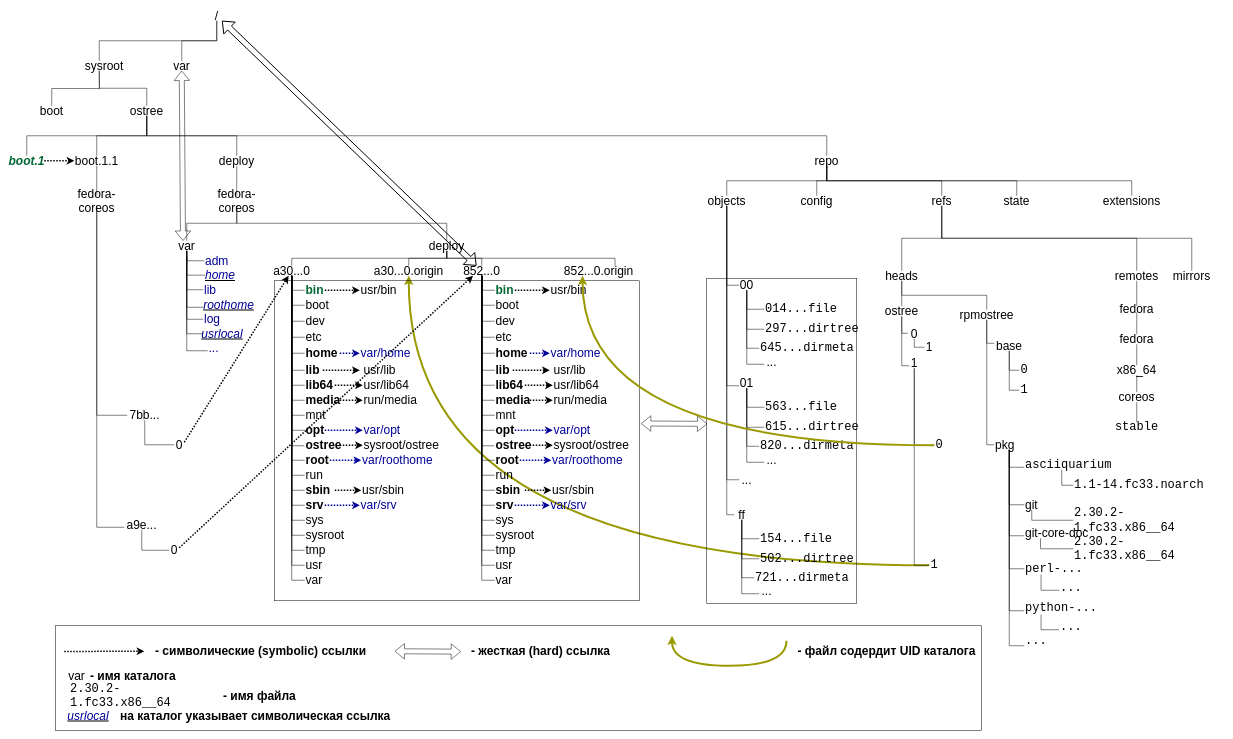
The draw.io diagram Images/rootTree.drawio in kafnevod/ALT-CoreOs, before the edit. Source tidied: cells renumbered, new cells numbered last; positions are measured from the earlier drawing's top-left corner, leaving out a move shared by most shapes. Both pictures are drawn from the tidied source at 50%, with x=0, y=0 at pixel (9, 10).
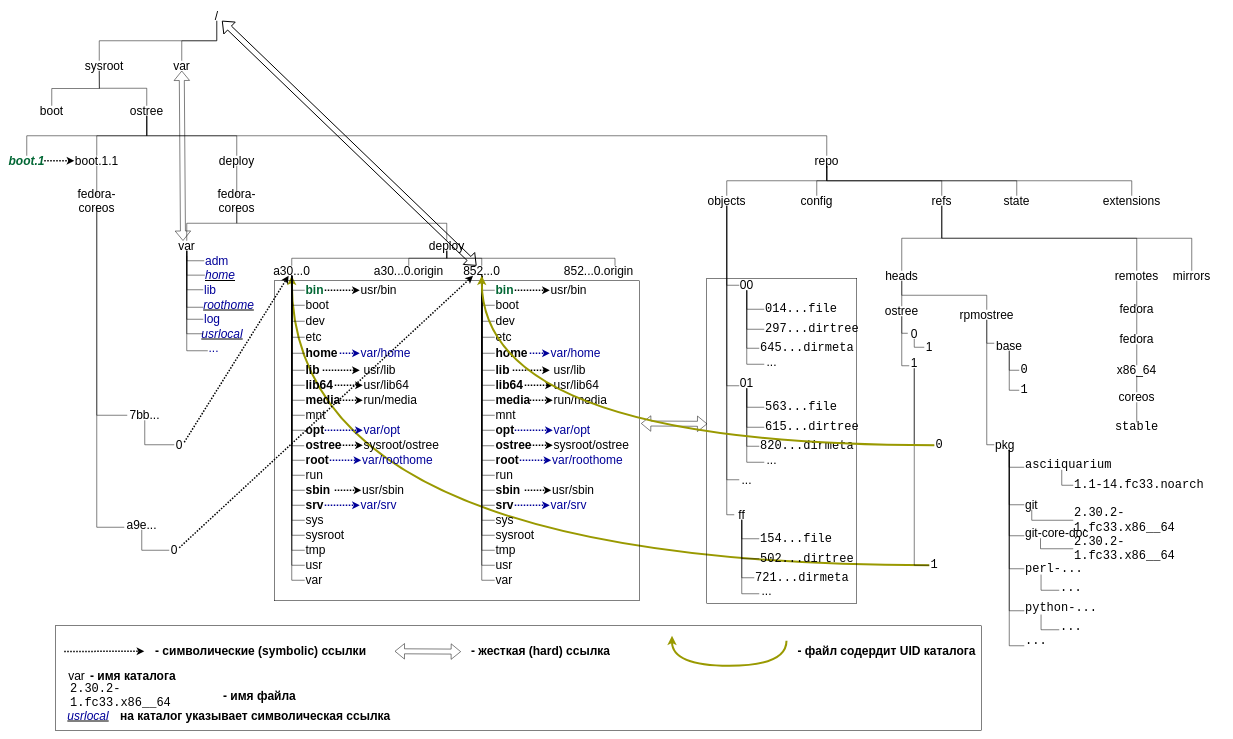
After the change.

Unchanged cells that the change refers to:
```xml
<mxCell id="47" value="&lt;font style=&quot;font-size: 24px&quot;&gt;a30...0&lt;/font&gt;" style="text;html=1;strokeColor=none;fillColor=none;align=center;verticalAlign=middle;whiteSpace=wrap;rounded=0;" parent="1" vertex="1">
  <mxGeometry x="530" y="510" width="70" height="20" as="geometry" />
</mxCell>
<mxCell id="48" value="&lt;font style=&quot;font-size: 24px&quot;&gt;a30...0.origin&lt;/font&gt;" style="text;html=1;strokeColor=none;fillColor=none;align=center;verticalAlign=middle;whiteSpace=wrap;rounded=0;" parent="1" vertex="1">
  <mxGeometry x="734" y="510" width="130" height="20" as="geometry" />
</mxCell>
<mxCell id="112" value="&lt;font style=&quot;font-size: 24px&quot;&gt;852...0&lt;/font&gt;" style="text;html=1;strokeColor=none;fillColor=none;align=center;verticalAlign=middle;whiteSpace=wrap;rounded=0;" parent="1" vertex="1">
  <mxGeometry x="910" y="510" width="70" height="20" as="geometry" />
</mxCell>
<mxCell id="113" value="&lt;font style=&quot;font-size: 24px&quot;&gt;852...0.origin&lt;/font&gt;" style="text;html=1;strokeColor=none;fillColor=none;align=center;verticalAlign=middle;whiteSpace=wrap;rounded=0;" parent="1" vertex="1">
  <mxGeometry x="1114" y="510" width="130" height="20" as="geometry" />
</mxCell>
<mxCell id="246" value="&lt;font style=&quot;font-size: 24px&quot; face=&quot;Courier New&quot;&gt;1&lt;/font&gt;" style="text;html=1;strokeColor=none;fillColor=none;align=center;verticalAlign=middle;whiteSpace=wrap;rounded=0;" parent="1" vertex="1">
  <mxGeometry x="1840" y="1099" width="20" height="20" as="geometry" />
</mxCell>
<mxCell id="248" value="&lt;font style=&quot;font-size: 24px&quot; face=&quot;Courier New&quot;&gt;0&lt;/font&gt;" style="text;html=1;strokeColor=none;fillColor=none;align=center;verticalAlign=middle;whiteSpace=wrap;rounded=0;" parent="1" vertex="1">
  <mxGeometry x="1850" y="859" width="20" height="20" as="geometry" />
</mxCell>
```

Diff of the diagram source:
```diff
@@
-    <mxCell id="2" style="endArrow=classic;html=1;shadow=0;strokeWidth=4;exitX=0;exitY=0.5;exitDx=0;exitDy=0;edgeStyle=orthogonalEdgeStyle;elbow=vertical;curved=1;strokeColor=#999900;" parent="1" edge="1" source="246" target="48">
+    <mxCell id="2" style="endArrow=classic;html=1;shadow=0;strokeWidth=4;exitX=0;exitY=0.5;exitDx=0;exitDy=0;edgeStyle=orthogonalEdgeStyle;elbow=vertical;curved=1;strokeColor=#999900;entryX=0.5;entryY=1;entryDx=0;entryDy=0;" parent="1" edge="1" source="246" target="47">
       <mxGeometry relative="1" as="geometry" />
     </mxCell>
@@
-    <mxCell id="250" style="endArrow=classic;html=1;shadow=0;strokeWidth=4;exitX=0;exitY=0.5;exitDx=0;exitDy=0;edgeStyle=orthogonalEdgeStyle;elbow=vertical;curved=1;entryX=0.25;entryY=1;entryDx=0;entryDy=0;strokeColor=#999900;" parent="1" edge="1" source="248" target="113">
+    <mxCell id="250" style="endArrow=classic;html=1;shadow=0;strokeWidth=4;exitX=0;exitY=0.5;exitDx=0;exitDy=0;edgeStyle=orthogonalEdgeStyle;elbow=vertical;curved=1;entryX=0.5;entryY=1;entryDx=0;entryDy=0;strokeColor=#999900;" parent="1" edge="1" source="248" target="112">
       <mxGeometry relative="1" as="geometry" />
     </mxCell>
```
